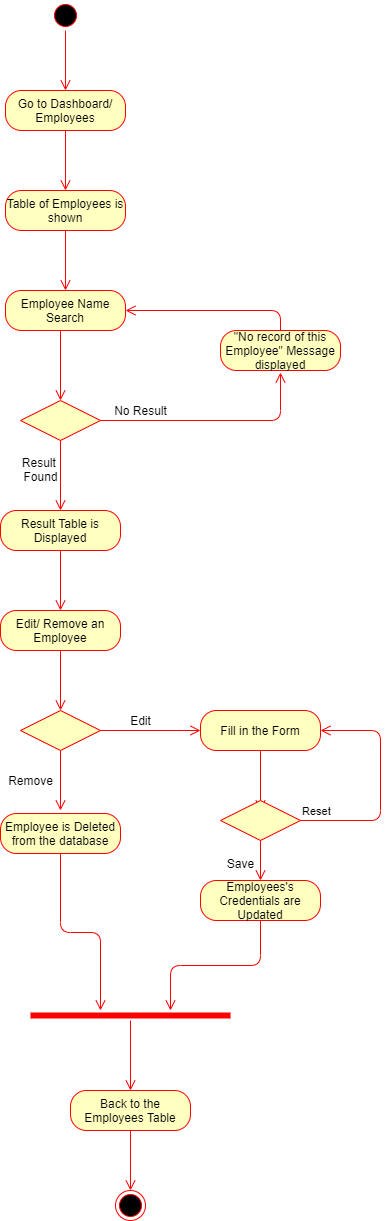
Earlier version of the draw.io export Diagrams/Activity Diagrams FINAL/AC_11-12-13_ View Edit Remove Employee.png (kkasharaj17/SE-project). Source tidied: cells renumbered, new cells last; positions are measured from the earlier drawing's top-left corner, leaving out a move shared by most shapes. The source it was exported from:
```xml
<mxGraphModel>
  <root>
    <mxCell id="0" />
    <mxCell id="1" parent="0" />
    <mxCell id="2" style="ellipse;html=1;shape=startState;fillColor=#000000;strokeColor=#ff0000;" parent="1" vertex="1">
      <mxGeometry x="50" width="30" height="30" as="geometry" />
    </mxCell>
    <mxCell id="3" style="edgeStyle=orthogonalEdgeStyle;html=1;verticalAlign=bottom;endArrow=open;endSize=8;strokeColor=#ff0000;" parent="1" edge="1" source="2">
      <mxGeometry relative="1" as="geometry">
        <mxPoint x="65" y="90" as="targetPoint" />
      </mxGeometry>
    </mxCell>
    <mxCell id="4" value="Go to Dashboard/ Employees" style="rounded=1;whiteSpace=wrap;html=1;arcSize=40;fontColor=#000000;fillColor=#ffffc0;strokeColor=#ff0000;" parent="1" vertex="1">
      <mxGeometry x="5" y="90" width="120" height="40" as="geometry" />
    </mxCell>
    <mxCell id="5" style="edgeStyle=orthogonalEdgeStyle;html=1;verticalAlign=bottom;endArrow=open;endSize=8;strokeColor=#ff0000;" parent="1" edge="1" source="4">
      <mxGeometry relative="1" as="geometry">
        <mxPoint x="65" y="190" as="targetPoint" />
      </mxGeometry>
    </mxCell>
    <mxCell id="6" value="Table of Employees is shown" style="rounded=1;whiteSpace=wrap;html=1;arcSize=40;fontColor=#000000;fillColor=#ffffc0;strokeColor=#ff0000;" parent="1" vertex="1">
      <mxGeometry x="5" y="190" width="120" height="40" as="geometry" />
    </mxCell>
    <mxCell id="7" style="edgeStyle=orthogonalEdgeStyle;html=1;verticalAlign=bottom;endArrow=open;endSize=8;strokeColor=#ff0000;" parent="1" edge="1" source="6">
      <mxGeometry relative="1" as="geometry">
        <mxPoint x="65" y="290" as="targetPoint" />
      </mxGeometry>
    </mxCell>
    <mxCell id="8" value="Employee Name Search" style="rounded=1;whiteSpace=wrap;html=1;arcSize=40;fontColor=#000000;fillColor=#ffffc0;strokeColor=#ff0000;" parent="1" vertex="1">
      <mxGeometry x="5" y="290" width="120" height="40" as="geometry" />
    </mxCell>
    <mxCell id="9" style="edgeStyle=orthogonalEdgeStyle;html=1;verticalAlign=bottom;endArrow=open;endSize=8;strokeColor=#ff0000;" parent="1" edge="1" source="8">
      <mxGeometry relative="1" as="geometry">
        <mxPoint x="60" y="400" as="targetPoint" />
        <Array as="points">
          <mxPoint x="60" y="400" />
          <mxPoint x="60" y="400" />
        </Array>
      </mxGeometry>
    </mxCell>
    <mxCell id="10" style="rhombus;whiteSpace=wrap;html=1;fillColor=#ffffc0;strokeColor=#ff0000;" parent="1" vertex="1">
      <mxGeometry x="20" y="400" width="80" height="40" as="geometry" />
    </mxCell>
    <mxCell id="11" style="edgeStyle=orthogonalEdgeStyle;html=1;align=left;verticalAlign=bottom;endArrow=open;endSize=8;strokeColor=#ff0000;" parent="1" edge="1" source="10">
      <mxGeometry x="-1" relative="1" as="geometry">
        <mxPoint x="280" y="372" as="targetPoint" />
        <Array as="points">
          <mxPoint x="280" y="420" />
        </Array>
      </mxGeometry>
    </mxCell>
    <mxCell id="12" style="edgeStyle=orthogonalEdgeStyle;html=1;align=left;verticalAlign=top;endArrow=open;endSize=8;strokeColor=#ff0000;" parent="1" edge="1" source="10">
      <mxGeometry x="1" y="86" relative="1" as="geometry">
        <mxPoint x="60" y="510" as="targetPoint" />
        <mxPoint x="-36" y="70" as="offset" />
      </mxGeometry>
    </mxCell>
    <mxCell id="13" value="No Result" style="text;html=1;align=center;verticalAlign=middle;" parent="1" vertex="1">
      <mxGeometry x="105" y="400" width="70" height="20" as="geometry" />
    </mxCell>
    <mxCell id="14" value="Result &lt;br&gt;Found" style="text;html=1;align=center;verticalAlign=middle;" parent="1" vertex="1">
      <mxGeometry x="15" y="454" width="50" height="30" as="geometry" />
    </mxCell>
    <mxCell id="15" value="Result Table is Displayed" style="rounded=1;whiteSpace=wrap;html=1;arcSize=40;fontColor=#000000;fillColor=#ffffc0;strokeColor=#ff0000;" parent="1" vertex="1">
      <mxGeometry y="510" width="120" height="40" as="geometry" />
    </mxCell>
    <mxCell id="16" style="edgeStyle=orthogonalEdgeStyle;html=1;verticalAlign=bottom;endArrow=open;endSize=8;strokeColor=#ff0000;" parent="1" edge="1" source="15">
      <mxGeometry relative="1" as="geometry">
        <mxPoint x="60" y="610" as="targetPoint" />
      </mxGeometry>
    </mxCell>
    <mxCell id="17" value="&quot;No record of this Employee&quot; Message displayed" style="rounded=1;whiteSpace=wrap;html=1;arcSize=40;fontColor=#000000;fillColor=#ffffc0;strokeColor=#ff0000;" parent="1" vertex="1">
      <mxGeometry x="220" y="330" width="120" height="40" as="geometry" />
    </mxCell>
    <mxCell id="18" style="edgeStyle=orthogonalEdgeStyle;html=1;verticalAlign=bottom;endArrow=open;endSize=8;strokeColor=#ff0000;entryX=1;entryY=0.5;entryDx=0;entryDy=0;exitX=0.5;exitY=0;exitDx=0;exitDy=0;" parent="1" edge="1" source="17" target="8">
      <mxGeometry relative="1" as="geometry">
        <Array as="points">
          <mxPoint x="280" y="310" />
        </Array>
      </mxGeometry>
    </mxCell>
    <mxCell id="19" value="Edit/ Remove an Employee" style="rounded=1;whiteSpace=wrap;html=1;arcSize=40;fontColor=#000000;fillColor=#ffffc0;strokeColor=#ff0000;" parent="1" vertex="1">
      <mxGeometry y="610" width="120" height="40" as="geometry" />
    </mxCell>
    <mxCell id="20" style="edgeStyle=orthogonalEdgeStyle;html=1;verticalAlign=bottom;endArrow=open;endSize=8;strokeColor=#ff0000;" parent="1" edge="1" source="19">
      <mxGeometry relative="1" as="geometry">
        <mxPoint x="60" y="710" as="targetPoint" />
      </mxGeometry>
    </mxCell>
    <mxCell id="21" style="rhombus;whiteSpace=wrap;html=1;fillColor=#ffffc0;strokeColor=#ff0000;" parent="1" vertex="1">
      <mxGeometry x="20" y="710" width="80" height="40" as="geometry" />
    </mxCell>
    <mxCell id="22" style="edgeStyle=orthogonalEdgeStyle;html=1;align=left;verticalAlign=bottom;endArrow=open;endSize=8;strokeColor=#ff0000;" parent="1" edge="1" source="21">
      <mxGeometry x="-1" relative="1" as="geometry">
        <mxPoint x="200" y="730" as="targetPoint" />
      </mxGeometry>
    </mxCell>
    <mxCell id="23" style="edgeStyle=orthogonalEdgeStyle;html=1;align=left;verticalAlign=top;endArrow=open;endSize=8;strokeColor=#ff0000;" parent="1" edge="1" source="21">
      <mxGeometry x="-0.33" y="70" relative="1" as="geometry">
        <mxPoint x="60" y="810" as="targetPoint" />
      </mxGeometry>
    </mxCell>
    <mxCell id="24" value="Edit" style="text;html=1;align=center;verticalAlign=middle;" parent="1" vertex="1">
      <mxGeometry x="120" y="710" width="40" height="20" as="geometry" />
    </mxCell>
    <mxCell id="25" value="Remove" style="text;html=1;align=center;verticalAlign=middle;" parent="1" vertex="1">
      <mxGeometry y="770" width="60" height="20" as="geometry" />
    </mxCell>
    <mxCell id="26" value="Fill in the Form" style="rounded=1;whiteSpace=wrap;html=1;arcSize=40;fontColor=#000000;fillColor=#ffffc0;strokeColor=#ff0000;" parent="1" vertex="1">
      <mxGeometry x="200" y="710" width="120" height="40" as="geometry" />
    </mxCell>
    <mxCell id="27" style="edgeStyle=orthogonalEdgeStyle;html=1;verticalAlign=bottom;endArrow=open;endSize=8;strokeColor=#ff0000;" parent="1" edge="1" source="26">
      <mxGeometry relative="1" as="geometry">
        <mxPoint x="260" y="810" as="targetPoint" />
      </mxGeometry>
    </mxCell>
    <mxCell id="28" style="rhombus;whiteSpace=wrap;html=1;fillColor=#ffffc0;strokeColor=#ff0000;" parent="1" vertex="1">
      <mxGeometry x="220" y="800" width="80" height="40" as="geometry" />
    </mxCell>
    <mxCell id="29" value="Reset" style="edgeStyle=orthogonalEdgeStyle;html=1;align=left;verticalAlign=bottom;endArrow=open;endSize=8;strokeColor=#ff0000;exitX=1;exitY=0.5;exitDx=0;exitDy=0;entryX=1;entryY=0.5;entryDx=0;entryDy=0;" parent="1" edge="1" source="28" target="26">
      <mxGeometry x="-1" relative="1" as="geometry">
        <Array as="points">
          <mxPoint x="380" y="820" />
          <mxPoint x="380" y="730" />
        </Array>
      </mxGeometry>
    </mxCell>
    <mxCell id="30" style="edgeStyle=orthogonalEdgeStyle;html=1;align=left;verticalAlign=top;endArrow=open;endSize=8;strokeColor=#ff0000;" parent="1" edge="1" source="28">
      <mxGeometry x="-1" relative="1" as="geometry">
        <mxPoint x="260" y="880" as="targetPoint" />
      </mxGeometry>
    </mxCell>
    <mxCell id="31" value="Save" style="text;html=1;align=center;verticalAlign=middle;" parent="1" vertex="1">
      <mxGeometry x="220" y="853" width="40" height="20" as="geometry" />
    </mxCell>
    <mxCell id="32" value="Employees's Credentials are Updated" style="rounded=1;whiteSpace=wrap;html=1;arcSize=40;fontColor=#000000;fillColor=#ffffc0;strokeColor=#ff0000;" parent="1" vertex="1">
      <mxGeometry x="200" y="880" width="120" height="40" as="geometry" />
    </mxCell>
    <mxCell id="33" style="edgeStyle=orthogonalEdgeStyle;html=1;verticalAlign=bottom;endArrow=open;endSize=8;strokeColor=#ff0000;" parent="1" edge="1" source="32" target="36">
      <mxGeometry relative="1" as="geometry">
        <Array as="points">
          <mxPoint x="260" y="965" />
          <mxPoint x="170" y="965" />
        </Array>
      </mxGeometry>
    </mxCell>
    <mxCell id="34" value="Employee is Deleted from the database" style="rounded=1;whiteSpace=wrap;html=1;arcSize=40;fontColor=#000000;fillColor=#ffffc0;strokeColor=#ff0000;" parent="1" vertex="1">
      <mxGeometry y="813" width="120" height="40" as="geometry" />
    </mxCell>
    <mxCell id="35" style="edgeStyle=orthogonalEdgeStyle;html=1;verticalAlign=bottom;endArrow=open;endSize=8;strokeColor=#ff0000;" parent="1" edge="1" source="34" target="36">
      <mxGeometry relative="1" as="geometry">
        <Array as="points">
          <mxPoint x="60" y="932" />
          <mxPoint x="100" y="932" />
        </Array>
      </mxGeometry>
    </mxCell>
    <mxCell id="36" style="shape=line;html=1;strokeWidth=6;strokeColor=#ff0000;" parent="1" vertex="1">
      <mxGeometry x="30" y="1010" width="200" height="10" as="geometry" />
    </mxCell>
    <mxCell id="37" style="edgeStyle=orthogonalEdgeStyle;html=1;verticalAlign=bottom;endArrow=open;endSize=8;strokeColor=#ff0000;" parent="1" edge="1" source="36">
      <mxGeometry relative="1" as="geometry">
        <mxPoint x="130" y="1090" as="targetPoint" />
      </mxGeometry>
    </mxCell>
    <mxCell id="38" value="Back to the Employees Table" style="rounded=1;whiteSpace=wrap;html=1;arcSize=40;fontColor=#000000;fillColor=#ffffc0;strokeColor=#ff0000;" parent="1" vertex="1">
      <mxGeometry x="70" y="1090" width="120" height="40" as="geometry" />
    </mxCell>
    <mxCell id="39" style="edgeStyle=orthogonalEdgeStyle;html=1;verticalAlign=bottom;endArrow=open;endSize=8;strokeColor=#ff0000;" parent="1" edge="1" source="38">
      <mxGeometry relative="1" as="geometry">
        <mxPoint x="130" y="1190" as="targetPoint" />
      </mxGeometry>
    </mxCell>
    <mxCell id="40" style="ellipse;html=1;shape=endState;fillColor=#000000;strokeColor=#ff0000;" parent="1" vertex="1">
      <mxGeometry x="115" y="1190" width="30" height="30" as="geometry" />
    </mxCell>
  </root>
</mxGraphModel>
```
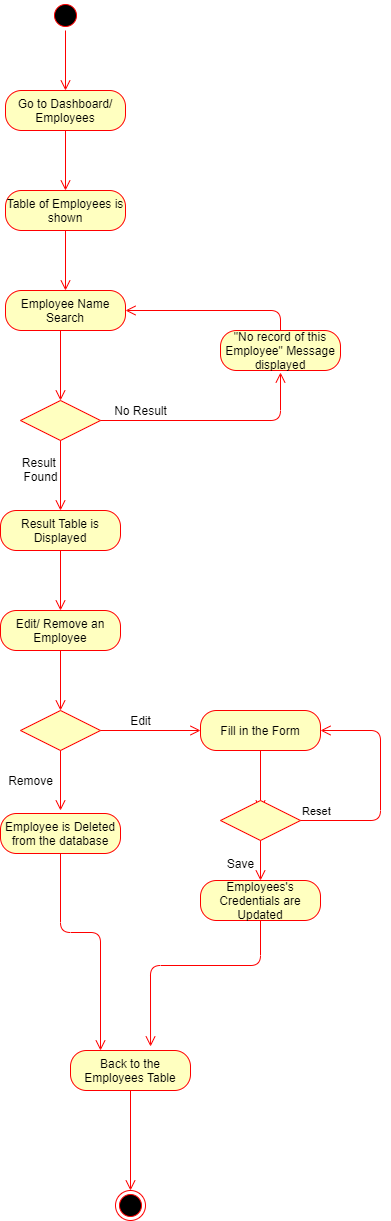
After the change.

Change to the diagram source:
```diff
@@ -136,18 +136,18 @@
     <mxCell id="32" value="Employees's Credentials are Updated" style="rounded=1;whiteSpace=wrap;html=1;arcSize=40;fontColor=#000000;fillColor=#ffffc0;strokeColor=#ff0000;" parent="1" vertex="1">
       <mxGeometry x="200" y="880" width="120" height="40" as="geometry" />
     </mxCell>
-    <mxCell id="33" style="edgeStyle=orthogonalEdgeStyle;html=1;verticalAlign=bottom;endArrow=open;endSize=8;strokeColor=#ff0000;" parent="1" edge="1" source="32" target="36">
+    <mxCell id="33" style="edgeStyle=orthogonalEdgeStyle;html=1;verticalAlign=bottom;endArrow=open;endSize=8;strokeColor=#ff0000;entryX=0.667;entryY=-0.1;entryDx=0;entryDy=0;entryPerimeter=0;" parent="1" edge="1" source="32" target="38">
       <mxGeometry relative="1" as="geometry">
         <Array as="points">
           <mxPoint x="260" y="965" />
-          <mxPoint x="170" y="965" />
+          <mxPoint x="150" y="965" />
         </Array>
       </mxGeometry>
     </mxCell>
     <mxCell id="34" value="Employee is Deleted from the database" style="rounded=1;whiteSpace=wrap;html=1;arcSize=40;fontColor=#000000;fillColor=#ffffc0;strokeColor=#ff0000;" parent="1" vertex="1">
       <mxGeometry y="813" width="120" height="40" as="geometry" />
     </mxCell>
-    <mxCell id="35" style="edgeStyle=orthogonalEdgeStyle;html=1;verticalAlign=bottom;endArrow=open;endSize=8;strokeColor=#ff0000;" parent="1" edge="1" source="34" target="36">
+    <mxCell id="35" style="edgeStyle=orthogonalEdgeStyle;html=1;verticalAlign=bottom;endArrow=open;endSize=8;strokeColor=#ff0000;entryX=0.25;entryY=0;entryDx=0;entryDy=0;" parent="1" edge="1" source="34" target="38">
       <mxGeometry relative="1" as="geometry">
         <Array as="points">
           <mxPoint x="60" y="932" />
@@ -155,16 +155,8 @@
         </Array>
       </mxGeometry>
     </mxCell>
-    <mxCell id="36" style="shape=line;html=1;strokeWidth=6;strokeColor=#ff0000;" parent="1" vertex="1">
-      <mxGeometry x="30" y="1010" width="200" height="10" as="geometry" />
-    </mxCell>
-    <mxCell id="37" style="edgeStyle=orthogonalEdgeStyle;html=1;verticalAlign=bottom;endArrow=open;endSize=8;strokeColor=#ff0000;" parent="1" edge="1" source="36">
-      <mxGeometry relative="1" as="geometry">
-        <mxPoint x="130" y="1090" as="targetPoint" />
-      </mxGeometry>
-    </mxCell>
     <mxCell id="38" value="Back to the Employees Table" style="rounded=1;whiteSpace=wrap;html=1;arcSize=40;fontColor=#000000;fillColor=#ffffc0;strokeColor=#ff0000;" parent="1" vertex="1">
-      <mxGeometry x="70" y="1090" width="120" height="40" as="geometry" />
+      <mxGeometry x="70" y="1050" width="120" height="40" as="geometry" />
     </mxCell>
     <mxCell id="39" style="edgeStyle=orthogonalEdgeStyle;html=1;verticalAlign=bottom;endArrow=open;endSize=8;strokeColor=#ff0000;" parent="1" edge="1" source="38">
       <mxGeometry relative="1" as="geometry">
```
